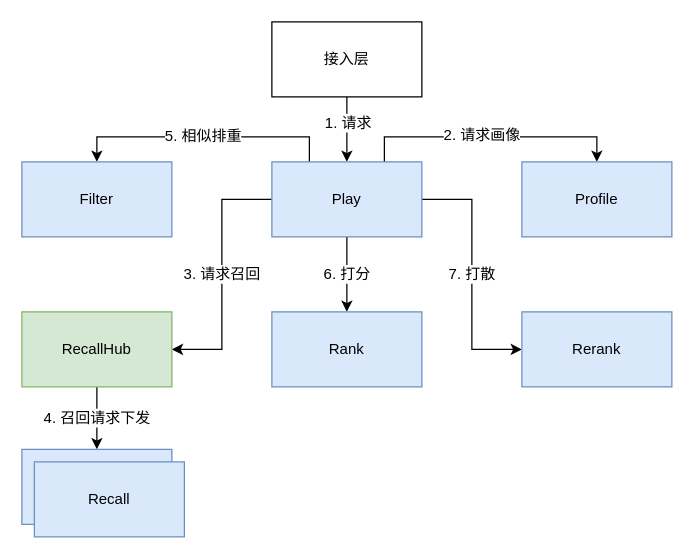
Earlier version of the draw.io diagram page "推荐系统" (2 of 5) of news.drawio (d0ngjun/drawio). Source tidied: cells renumbered, new cells numbered last; positions are measured from the earlier drawing's top-left corner, leaving out a move shared by most shapes. Both pictures are drawn from the tidied source at 125%, with x=0, y=0 at pixel (21, 21).
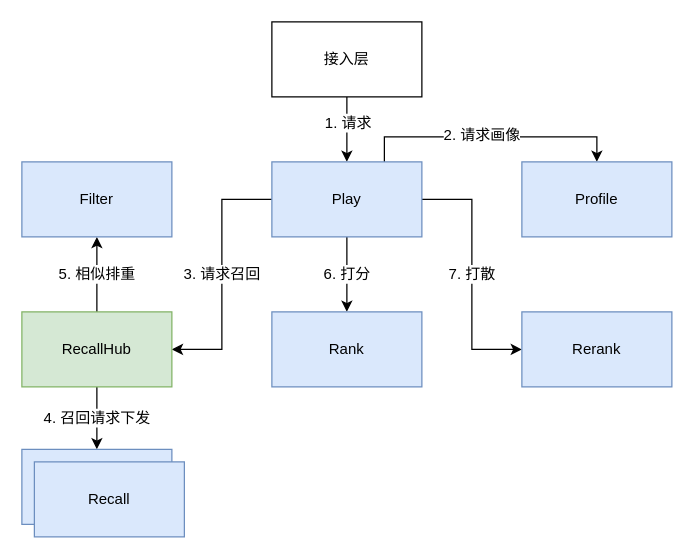
After the change.

Commit message:
推荐系统架构修改

The change refers to these unchanged cells:
```xml
<mxCell id="11" value="Play" style="rounded=0;whiteSpace=wrap;html=1;fillColor=#dae8fc;strokeColor=#6c8ebf;" parent="1" vertex="1">
  <mxGeometry x="200" y="112" width="120" height="60" as="geometry" />
</mxCell>
<mxCell id="14" value="Filter" style="rounded=0;whiteSpace=wrap;html=1;fillColor=#dae8fc;strokeColor=#6c8ebf;" parent="1" vertex="1">
  <mxGeometry y="112" width="120" height="60" as="geometry" />
</mxCell>
<mxCell id="16" value="RecallHub" style="rounded=0;whiteSpace=wrap;html=1;fillColor=#d5e8d4;strokeColor=#82b366;" parent="1" vertex="1">
  <mxGeometry y="232" width="120" height="60" as="geometry" />
</mxCell>
```

Diff of the diagram source:
```diff
@@
-    <mxCell id="7" value="5. 相似排重" style="edgeStyle=orthogonalEdgeStyle;rounded=0;jettySize=auto;html=1;exitX=0.25;exitY=0;exitDx=0;exitDy=0;entryX=0.5;entryY=0;entryDx=0;entryDy=0;fontSize=12;startArrow=none;startFill=0;" parent="1" edge="1" source="11" target="14">
+    <mxCell id="7" value="5. 相似排重" style="edgeStyle=orthogonalEdgeStyle;rounded=0;jettySize=auto;html=1;exitX=0.5;exitY=0;exitDx=0;exitDy=0;fontSize=12;startArrow=none;startFill=0;" parent="1" edge="1" source="16" target="14">
       <mxGeometry relative="1" as="geometry" />
     </mxCell>
```
